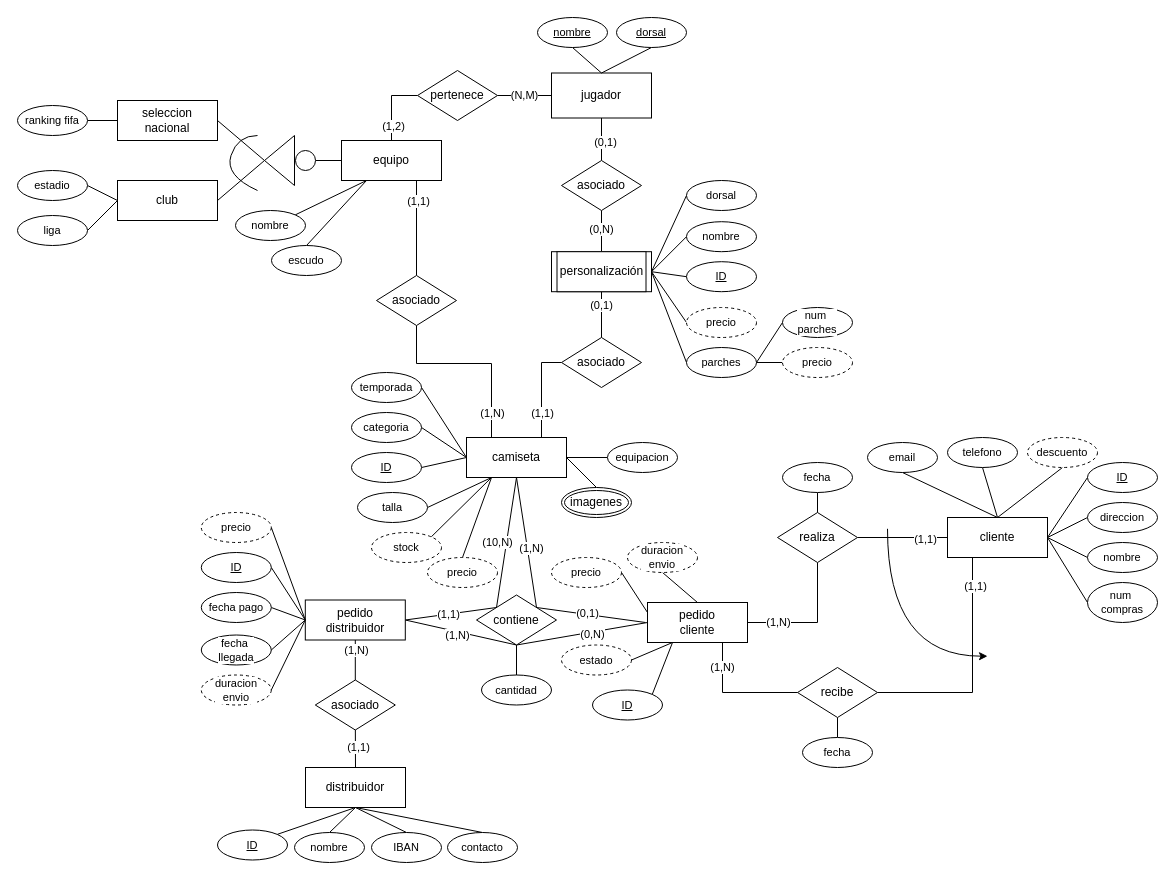
Above: pedidos_camisetas.drawio in Robertpm01/ADBD (draw.io), before the change. Source tidied: cells renumbered, new cells numbered last; positions are measured from the earlier drawing's top-left corner, leaving out a move shared by most shapes. Both pictures are drawn from the tidied source at 100%, with x=0, y=0 at pixel (17, 17).
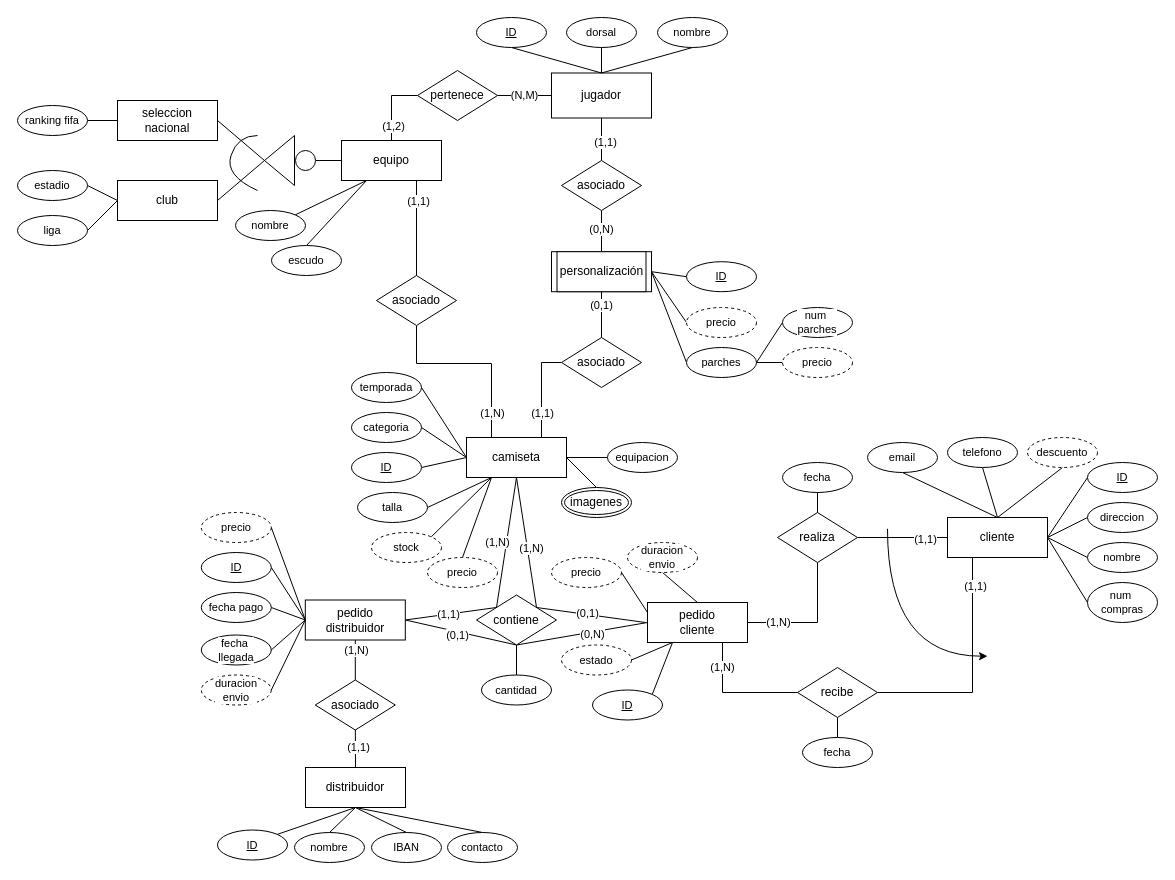
The same diagram, later.

The change refers to these unchanged cells:
```xml
<mxCell id="3" style="shape=connector;rounded=0;jettySize=auto;html=1;exitX=0.5;exitY=1;exitDx=0;exitDy=0;entryX=0;entryY=0;entryDx=0;entryDy=0;strokeColor=default;align=center;verticalAlign=middle;fontFamily=Helvetica;fontSize=11;fontColor=default;labelBackgroundColor=default;endArrow=none;endFill=0;" parent="1" edge="1" source="8" target="18">
  <mxGeometry relative="1" as="geometry" />
</mxCell>
<mxCell id="21" style="edgeStyle=none;shape=connector;rounded=0;jettySize=auto;html=1;exitX=1;exitY=0.5;exitDx=0;exitDy=0;entryX=0.5;entryY=1;entryDx=0;entryDy=0;strokeColor=default;align=center;verticalAlign=middle;fontFamily=Helvetica;fontSize=11;fontColor=default;labelBackgroundColor=default;endArrow=none;endFill=0;" parent="1" edge="1" source="23" target="18">
  <mxGeometry relative="1" as="geometry" />
</mxCell>
<mxCell id="36" style="edgeStyle=none;shape=connector;rounded=0;jettySize=auto;html=1;exitX=0.5;exitY=1;exitDx=0;exitDy=0;entryX=0.5;entryY=0;entryDx=0;entryDy=0;strokeColor=default;align=center;verticalAlign=middle;fontFamily=Helvetica;fontSize=11;fontColor=default;labelBackgroundColor=default;endArrow=none;endFill=0;" parent="1" edge="1" source="38" target="104">
  <mxGeometry relative="1" as="geometry" />
</mxCell>
<mxCell id="38" value="jugador" style="whiteSpace=wrap;html=1;align=center;" parent="1" vertex="1">
  <mxGeometry x="534" y="55.5" width="100" height="45" as="geometry" />
</mxCell>
<mxCell id="101" value="personalización" style="whiteSpace=wrap;html=1;align=center;" parent="1" vertex="1">
  <mxGeometry x="534" y="234.2" width="100" height="40" as="geometry" />
</mxCell>
```

The edit, as a diff of the source:
```diff
@@
-    <mxCell id="4" value="(10,N)" style="edgeLabel;html=1;align=center;verticalAlign=middle;fontFamily=Helvetica;fontSize=11;fontColor=default;labelBackgroundColor=default;" parent="3" vertex="1">
+    <mxCell id="4" value="(1,N)" style="edgeLabel;html=1;align=center;verticalAlign=middle;fontFamily=Helvetica;fontSize=11;fontColor=default;labelBackgroundColor=default;" parent="3" vertex="1">
       <mxGeometry x="-0.69" y="2" relative="1" as="geometry">
         <mxPoint x="-18" y="44" as="offset" />
       </mxGeometry>
     </mxCell>
@@
-    <mxCell id="22" value="(1,N)" style="edgeLabel;html=1;align=center;verticalAlign=middle;fontFamily=Helvetica;fontSize=11;fontColor=default;labelBackgroundColor=default;" parent="21" vertex="1">
+    <mxCell id="22" value="(0,1)" style="edgeLabel;html=1;align=center;verticalAlign=middle;fontFamily=Helvetica;fontSize=11;fontColor=default;labelBackgroundColor=default;" parent="21" vertex="1">
       <mxGeometry x="0.13" y="1" relative="1" as="geometry">
         <mxPoint x="-11" y="2" as="offset" />
       </mxGeometry>
     </mxCell>
@@
-    <mxCell id="37" value="(0,1)" style="edgeLabel;html=1;align=center;verticalAlign=middle;fontFamily=Helvetica;fontSize=11;fontColor=default;labelBackgroundColor=default;" parent="36" vertex="1">
+    <mxCell id="37" value="(1,1)" style="edgeLabel;html=1;align=center;verticalAlign=middle;fontFamily=Helvetica;fontSize=11;fontColor=default;labelBackgroundColor=default;" parent="36" vertex="1">
       <mxGeometry x="0.11" y="3" relative="1" as="geometry" />
     </mxCell>
@@
-    <mxCell id="99" style="edgeStyle=none;shape=connector;rounded=0;jettySize=auto;html=1;exitX=1;exitY=0.5;exitDx=0;exitDy=0;entryX=0;entryY=0.5;entryDx=0;entryDy=0;strokeColor=default;align=center;verticalAlign=middle;fontFamily=Helvetica;fontSize=11;fontColor=default;labelBackgroundColor=default;endArrow=none;endFill=0;" parent="1" edge="1" source="101" target="152">
-      <mxGeometry relative="1" as="geometry" />
-    </mxCell>
-    <mxCell id="100" style="edgeStyle=none;shape=connector;rounded=0;jettySize=auto;html=1;exitX=1;exitY=0.5;exitDx=0;exitDy=0;entryX=0;entryY=0.5;entryDx=0;entryDy=0;strokeColor=default;align=center;verticalAlign=middle;fontFamily=Helvetica;fontSize=11;fontColor=default;labelBackgroundColor=default;endArrow=none;endFill=0;" parent="1" edge="1" source="101" target="153">
-      <mxGeometry relative="1" as="geometry" />
-    </mxCell>
@@
-    <mxCell id="148" style="edgeStyle=none;shape=connector;rounded=0;jettySize=auto;html=1;exitX=0.5;exitY=1;exitDx=0;exitDy=0;entryX=0.5;entryY=0;entryDx=0;entryDy=0;strokeColor=default;align=center;verticalAlign=middle;fontFamily=Helvetica;fontSize=11;fontColor=default;labelBackgroundColor=default;endArrow=none;endFill=0;" parent="1" edge="1" source="149" target="38">
-      <mxGeometry relative="1" as="geometry" />
-    </mxCell>
-    <mxCell id="149" value="dorsal" style="ellipse;whiteSpace=wrap;html=1;align=center;fontStyle=4;fontFamily=Helvetica;fontSize=11;fontColor=default;labelBackgroundColor=default;" parent="1" vertex="1">
-      <mxGeometry x="599" width="70" height="30" as="geometry" />
-    </mxCell>
-    <mxCell id="150" style="edgeStyle=none;shape=connector;rounded=0;jettySize=auto;html=1;exitX=0.5;exitY=1;exitDx=0;exitDy=0;entryX=0.5;entryY=0;entryDx=0;entryDy=0;strokeColor=default;align=center;verticalAlign=middle;fontFamily=Helvetica;fontSize=11;fontColor=default;labelBackgroundColor=default;endArrow=none;endFill=0;" parent="1" edge="1" source="151" target="38">
-      <mxGeometry relative="1" as="geometry" />
-    </mxCell>
-    <mxCell id="151" value="nombre" style="ellipse;whiteSpace=wrap;html=1;align=center;fontStyle=4;fontFamily=Helvetica;fontSize=11;fontColor=default;labelBackgroundColor=default;" parent="1" vertex="1">
-      <mxGeometry x="520" width="70" height="30" as="geometry" />
-    </mxCell>
+    <mxCell id="154" value="cantidad" style="ellipse;whiteSpace=wrap;html=1;align=center;fontFamily=Helvetica;fontSize=11;fontColor=default;labelBackgroundColor=default;" parent="1" vertex="1">
+      <mxGeometry x="464" y="657.5" width="70" height="30" as="geometry" />
+    </mxCell>
+    <mxCell id="155" style="edgeStyle=none;shape=connector;rounded=0;jettySize=auto;html=1;exitX=0.5;exitY=1;exitDx=0;exitDy=0;entryX=0.5;entryY=0;entryDx=0;entryDy=0;strokeColor=default;align=center;verticalAlign=middle;fontFamily=Helvetica;fontSize=11;fontColor=default;labelBackgroundColor=default;endArrow=none;endFill=0;" parent="1" edge="1" source="153" target="38">
+      <mxGeometry relative="1" as="geometry" />
+    </mxCell>
+    <mxCell id="153" value="dorsal" style="ellipse;whiteSpace=wrap;html=1;align=center;fontFamily=Helvetica;fontSize=11;fontColor=default;labelBackgroundColor=default;" parent="1" vertex="1">
+      <mxGeometry x="549" width="70" height="30" as="geometry" />
+    </mxCell>
+    <mxCell id="156" style="edgeStyle=none;shape=connector;rounded=0;jettySize=auto;html=1;exitX=0.5;exitY=1;exitDx=0;exitDy=0;entryX=0.5;entryY=0;entryDx=0;entryDy=0;strokeColor=default;align=center;verticalAlign=middle;fontFamily=Helvetica;fontSize=11;fontColor=default;labelBackgroundColor=default;endArrow=none;endFill=0;" parent="1" edge="1" source="152" target="38">
+      <mxGeometry relative="1" as="geometry" />
+    </mxCell>
     <mxCell id="152" value="nombre" style="ellipse;whiteSpace=wrap;html=1;align=center;fontFamily=Helvetica;fontSize=11;fontColor=default;labelBackgroundColor=default;" parent="1" vertex="1">
-      <mxGeometry x="669" y="204.2" width="70" height="30" as="geometry" />
+      <mxGeometry x="640" width="70" height="30" as="geometry" />
     </mxCell>
-    <mxCell id="153" value="dorsal" style="ellipse;whiteSpace=wrap;html=1;align=center;fontFamily=Helvetica;fontSize=11;fontColor=default;labelBackgroundColor=default;" parent="1" vertex="1">
-      <mxGeometry x="669" y="163" width="70" height="30" as="geometry" />
-    </mxCell>
-    <mxCell id="154" value="cantidad" style="ellipse;whiteSpace=wrap;html=1;align=center;fontFamily=Helvetica;fontSize=11;fontColor=default;labelBackgroundColor=default;" parent="1" vertex="1">
-      <mxGeometry x="464" y="657.5" width="70" height="30" as="geometry" />
-    </mxCell>
+    <mxCell id="157" style="rounded=0;jettySize=auto;html=1;exitX=0.5;exitY=1;exitDx=0;exitDy=0;entryX=0.5;entryY=0;entryDx=0;entryDy=0;endArrow=none;endFill=0;" parent="1" edge="1" source="158" target="38">
+      <mxGeometry relative="1" as="geometry" />
+    </mxCell>
+    <mxCell id="158" value="ID" style="ellipse;whiteSpace=wrap;html=1;align=center;fontStyle=4;fontFamily=Helvetica;fontSize=11;fontColor=default;labelBackgroundColor=default;" parent="1" vertex="1">
+      <mxGeometry x="459" width="70" height="30" as="geometry" />
+    </mxCell>
```
